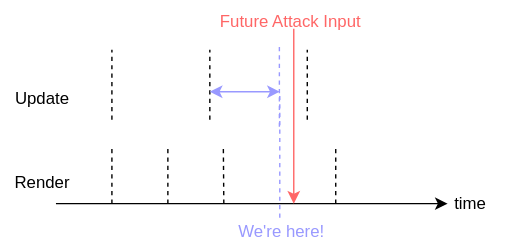
Before: content/posts/frame-pacing/resources/timestep_5.svg, a diagram exported from draw.io (raylee9919/raylee9919.github.io). Source tidied: cells renumbered, new cells last; positions are measured from the earlier drawing's top-left corner, leaving out a move shared by most shapes.
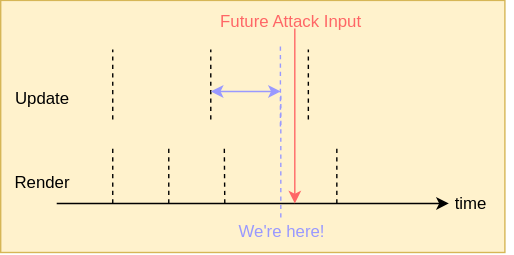
Later version of the same file.

The edit, as a diff of the source:
```diff
@@ -2,92 +2,95 @@
   <root>
     <mxCell id="0" />
     <mxCell id="1" parent="0" />
-    <mxCell id="2" style="endArrow=classic;html=1;rounded=0;" parent="1" edge="1">
-      <mxGeometry relative="1" as="geometry">
-        <mxPoint x="40" y="145" as="sourcePoint" />
-        <mxPoint x="320" y="145" as="targetPoint" />
-      </mxGeometry>
+    <mxCell id="2" style="rounded=0;whiteSpace=wrap;html=1;fillColor=#fff2cc;strokeColor=#d6b656;" parent="1" vertex="1">
+      <mxGeometry width="360" height="180" as="geometry" />
     </mxCell>
-    <mxCell id="3" style="endArrow=none;dashed=1;html=1;rounded=0;" parent="1" edge="1">
+    <mxCell id="3" style="endArrow=classic;html=1;rounded=0;" parent="1" edge="1">
       <mxGeometry relative="1" as="geometry">
-        <mxPoint x="80" y="145" as="sourcePoint" />
-        <mxPoint x="80" y="105" as="targetPoint" />
+        <mxPoint x="40" y="145" as="sourcePoint" />
+        <mxPoint x="320" y="145" as="targetPoint" />
       </mxGeometry>
     </mxCell>
     <mxCell id="4" style="endArrow=none;dashed=1;html=1;rounded=0;" parent="1" edge="1">
       <mxGeometry relative="1" as="geometry">
-        <mxPoint x="120" y="145" as="sourcePoint" />
-        <mxPoint x="120" y="105" as="targetPoint" />
+        <mxPoint x="80" y="145" as="sourcePoint" />
+        <mxPoint x="80" y="105" as="targetPoint" />
       </mxGeometry>
     </mxCell>
     <mxCell id="5" style="endArrow=none;dashed=1;html=1;rounded=0;" parent="1" edge="1">
       <mxGeometry relative="1" as="geometry">
-        <mxPoint x="160" y="145" as="sourcePoint" />
-        <mxPoint x="159.7" y="105" as="targetPoint" />
+        <mxPoint x="120" y="145" as="sourcePoint" />
+        <mxPoint x="120" y="105" as="targetPoint" />
       </mxGeometry>
     </mxCell>
-    <mxCell id="6" style="endArrow=none;dashed=1;html=1;rounded=0;strokeColor=#9999FF;exitX=0.5;exitY=0;exitDx=0;exitDy=0;" parent="1" edge="1">
+    <mxCell id="6" style="endArrow=none;dashed=1;html=1;rounded=0;" parent="1" edge="1">
       <mxGeometry relative="1" as="geometry">
-        <mxPoint x="200" y="155" as="sourcePoint" />
-        <mxPoint x="200" y="65" as="targetPoint" />
+        <mxPoint x="160" y="145" as="sourcePoint" />
+        <mxPoint x="159.7" y="105" as="targetPoint" />
       </mxGeometry>
     </mxCell>
-    <mxCell id="7" style="endArrow=none;dashed=1;html=1;rounded=0;" parent="1" edge="1">
+    <mxCell id="7" style="endArrow=none;dashed=1;html=1;rounded=0;strokeColor=#9999FF;exitX=0.5;exitY=0;exitDx=0;exitDy=0;" parent="1" edge="1">
       <mxGeometry relative="1" as="geometry">
-        <mxPoint x="240" y="145" as="sourcePoint" />
-        <mxPoint x="240" y="105" as="targetPoint" />
+        <mxPoint x="200" y="155" as="sourcePoint" />
+        <mxPoint x="200" y="65" as="targetPoint" />
       </mxGeometry>
     </mxCell>
     <mxCell id="8" style="endArrow=none;dashed=1;html=1;rounded=0;" parent="1" edge="1">
       <mxGeometry relative="1" as="geometry">
-        <mxPoint x="80" y="85" as="sourcePoint" />
-        <mxPoint x="80" y="35" as="targetPoint" />
+        <mxPoint x="240" y="145" as="sourcePoint" />
+        <mxPoint x="240" y="105" as="targetPoint" />
       </mxGeometry>
     </mxCell>
     <mxCell id="9" style="endArrow=none;dashed=1;html=1;rounded=0;" parent="1" edge="1">
       <mxGeometry relative="1" as="geometry">
-        <mxPoint x="150" y="85" as="sourcePoint" />
-        <mxPoint x="150" y="35" as="targetPoint" />
+        <mxPoint x="80" y="85" as="sourcePoint" />
+        <mxPoint x="80" y="35" as="targetPoint" />
       </mxGeometry>
     </mxCell>
     <mxCell id="10" style="endArrow=none;dashed=1;html=1;rounded=0;" parent="1" edge="1">
       <mxGeometry relative="1" as="geometry">
-        <mxPoint x="219.7" y="85" as="sourcePoint" />
-        <mxPoint x="219.7" y="35" as="targetPoint" />
+        <mxPoint x="150" y="85" as="sourcePoint" />
+        <mxPoint x="150" y="35" as="targetPoint" />
       </mxGeometry>
     </mxCell>
-    <mxCell id="11" value="time" style="text;html=1;whiteSpace=wrap;strokeColor=none;fillColor=none;align=center;verticalAlign=middle;rounded=0;" parent="1" vertex="1">
-      <mxGeometry x="306" y="130" width="60" height="30" as="geometry" />
+    <mxCell id="11" style="endArrow=none;dashed=1;html=1;rounded=0;" parent="1" edge="1">
+      <mxGeometry relative="1" as="geometry">
+        <mxPoint x="219.7" y="85" as="sourcePoint" />
+        <mxPoint x="219.7" y="35" as="targetPoint" />
+      </mxGeometry>
     </mxCell>
-    <mxCell id="12" value="Update" style="text;html=1;whiteSpace=wrap;strokeColor=none;fillColor=none;align=center;verticalAlign=middle;rounded=0;" parent="1" vertex="1">
-      <mxGeometry y="55" width="60" height="30" as="geometry" />
+    <mxCell id="12" value="time" style="text;html=1;whiteSpace=wrap;strokeColor=none;fillColor=none;align=center;verticalAlign=middle;rounded=0;" parent="1" vertex="1">
+      <mxGeometry x="306" y="130" width="60" height="30" as="geometry" />
     </mxCell>
-    <mxCell id="13" value="Render" style="text;html=1;whiteSpace=wrap;strokeColor=none;fillColor=none;align=center;verticalAlign=middle;rounded=0;" parent="1" vertex="1">
-      <mxGeometry y="115" width="60" height="30" as="geometry" />
+    <mxCell id="13" value="Update" style="text;html=1;whiteSpace=wrap;strokeColor=none;fillColor=none;align=center;verticalAlign=middle;rounded=0;" parent="1" vertex="1">
+      <mxGeometry y="55" width="60" height="30" as="geometry" />
     </mxCell>
-    <mxCell id="14" style="endArrow=classic;startArrow=classic;html=1;rounded=0;fillColor=#dae8fc;strokeColor=#9999FF;" parent="1" edge="1">
-      <mxGeometry relative="1" as="geometry">
-        <mxPoint x="150" y="65" as="sourcePoint" />
-        <mxPoint x="200" y="65" as="targetPoint" />
-      </mxGeometry>
+    <mxCell id="14" value="Render" style="text;html=1;whiteSpace=wrap;strokeColor=none;fillColor=none;align=center;verticalAlign=middle;rounded=0;" parent="1" vertex="1">
+      <mxGeometry y="115" width="60" height="30" as="geometry" />
     </mxCell>
-    <mxCell id="15" style="endArrow=none;dashed=1;html=1;rounded=0;strokeColor=#9999FF;" parent="1" edge="1">
+    <mxCell id="15" style="endArrow=classic;startArrow=classic;html=1;rounded=0;fillColor=#dae8fc;strokeColor=#9999FF;" parent="1" edge="1">
       <mxGeometry relative="1" as="geometry">
-        <mxPoint x="199.7" y="90" as="sourcePoint" />
-        <mxPoint x="199.7" y="30" as="targetPoint" />
+        <mxPoint x="150" y="65" as="sourcePoint" />
+        <mxPoint x="200" y="65" as="targetPoint" />
       </mxGeometry>
     </mxCell>
-    <mxCell id="16" style="endArrow=classic;html=1;rounded=0;strokeColor=#FF6666;curved=0;strokeWidth=1;" parent="1" edge="1">
+    <mxCell id="16" style="endArrow=none;dashed=1;html=1;rounded=0;strokeColor=#9999FF;" parent="1" edge="1">
       <mxGeometry relative="1" as="geometry">
-        <mxPoint x="210" y="20" as="sourcePoint" />
-        <mxPoint x="210" y="145" as="targetPoint" />
+        <mxPoint x="199.7" y="90" as="sourcePoint" />
+        <mxPoint x="199.7" y="30" as="targetPoint" />
       </mxGeometry>
     </mxCell>
-    <mxCell id="17" value="&lt;span style=&quot;color: rgb(255, 102, 102);&quot;&gt;Future Attack Input&lt;/span&gt;" style="text;html=1;whiteSpace=wrap;strokeColor=none;fillColor=none;align=center;verticalAlign=middle;rounded=0;" parent="1" vertex="1">
-      <mxGeometry x="155" width="105" height="30" as="geometry" />
+    <mxCell id="17" style="endArrow=classic;html=1;rounded=0;strokeColor=#FF6666;curved=0;strokeWidth=1;" parent="1" edge="1">
+      <mxGeometry relative="1" as="geometry">
+        <mxPoint x="210" y="20" as="sourcePoint" />
+        <mxPoint x="210" y="145" as="targetPoint" />
+      </mxGeometry>
     </mxCell>
-    <mxCell id="18" value="&lt;span style=&quot;color: rgb(153, 153, 255);&quot;&gt;We're here!&lt;/span&gt;" style="text;html=1;whiteSpace=wrap;strokeColor=none;fillColor=none;align=center;verticalAlign=middle;rounded=0;" parent="1" vertex="1">
-      <mxGeometry x="166" y="150" width="70" height="30" as="geometry" />
+    <mxCell id="18" value="&lt;span style=&quot;color: rgb(255, 102, 102);&quot;&gt;Future Attack Input&lt;/span&gt;" style="text;html=1;whiteSpace=wrap;strokeColor=none;fillColor=none;align=center;verticalAlign=middle;rounded=0;" parent="1" vertex="1">
+      <mxGeometry x="155" width="105" height="30" as="geometry" />
     </mxCell>
+    <mxCell id="19" value="&lt;span style=&quot;color: rgb(153, 153, 255);&quot;&gt;We're here!&lt;/span&gt;" style="text;html=1;whiteSpace=wrap;strokeColor=none;fillColor=none;align=center;verticalAlign=middle;rounded=0;" parent="1" vertex="1">
+      <mxGeometry x="166" y="150" width="70" height="30" as="geometry" />
+    </mxCell>
   </root>
 </mxGraphModel>
```
